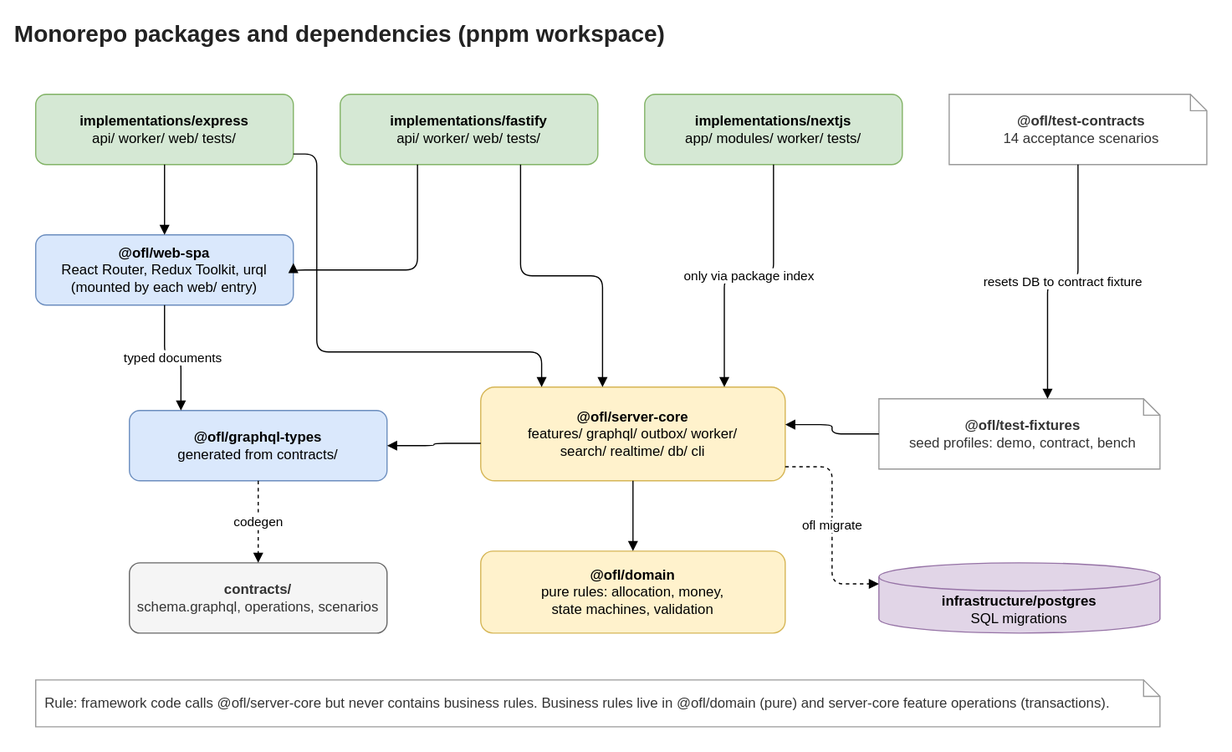
Before: architecture/diagrams/02-monorepo-packages.drawio.svg, a diagram exported from draw.io (mhshohel/backend_code_check). Source tidied: cells renumbered, new cells last; positions are measured from the earlier drawing's top-left corner, leaving out a move shared by most shapes.
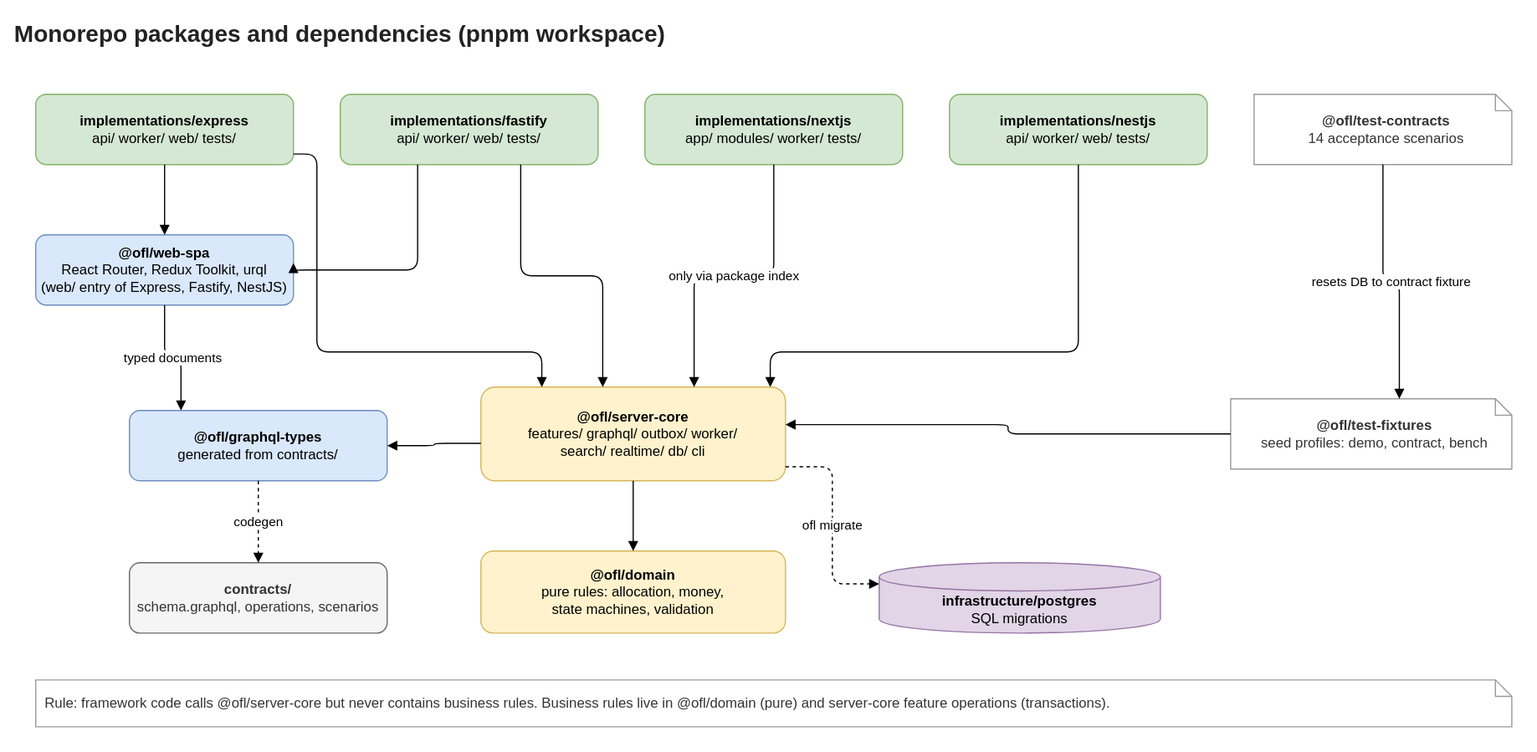
Above is the later version.

Diff of the diagram source:
```diff
@@ -14,78 +14,89 @@
     <mxCell id="5" value="&lt;b&gt;implementations/nextjs&lt;/b&gt;&lt;br&gt;app/ modules/ worker/ tests/" style="rounded=1;whiteSpace=wrap;html=1;fillColor=#d5e8d4;strokeColor=#82b366;" parent="1" vertex="1">
       <mxGeometry x="540" y="70" width="220" height="60" as="geometry" />
     </mxCell>
-    <mxCell id="6" value="&lt;b&gt;@ofl/web-spa&lt;/b&gt;&lt;br&gt;React Router, Redux Toolkit, urql&lt;br&gt;(mounted by each web/ entry)" style="rounded=1;whiteSpace=wrap;html=1;fillColor=#dae8fc;strokeColor=#6c8ebf;" parent="1" vertex="1">
+    <mxCell id="6" value="&lt;b&gt;@ofl/web-spa&lt;/b&gt;&lt;br&gt;React Router, Redux Toolkit, urql&lt;br&gt;(web/ entry of Express, Fastify, NestJS)" style="rounded=1;whiteSpace=wrap;html=1;fillColor=#dae8fc;strokeColor=#6c8ebf;" parent="1" vertex="1">
       <mxGeometry x="20" y="190" width="220" height="60" as="geometry" />
     </mxCell>
-    <mxCell id="7" value="&lt;b&gt;@ofl/test-contracts&lt;/b&gt;&lt;br&gt;14 acceptance scenarios" style="shape=note;whiteSpace=wrap;html=1;size=14;fillColor=#ffffff;strokeColor=#999999;fontColor=#333333;spacingLeft=6;" parent="1" vertex="1">
+    <mxCell id="7" value="&lt;b&gt;implementations/nestjs&lt;/b&gt;&lt;br&gt;api/ worker/ web/ tests/" style="rounded=1;whiteSpace=wrap;html=1;fillColor=#d5e8d4;strokeColor=#82b366;" parent="1" vertex="1">
       <mxGeometry x="800" y="70" width="220" height="60" as="geometry" />
     </mxCell>
-    <mxCell id="8" value="&lt;b&gt;@ofl/server-core&lt;/b&gt;&lt;br&gt;features/ graphql/ outbox/ worker/&lt;br&gt;search/ realtime/ db/ cli" style="rounded=1;whiteSpace=wrap;html=1;fillColor=#fff2cc;strokeColor=#d6b656;" parent="1" vertex="1">
-      <mxGeometry x="400" y="320" width="260" height="80" as="geometry" />
+    <mxCell id="8" value="&lt;b&gt;@ofl/test-contracts&lt;/b&gt;&lt;br&gt;14 acceptance scenarios" style="shape=note;whiteSpace=wrap;html=1;size=14;fillColor=#ffffff;strokeColor=#999999;fontColor=#333333;spacingLeft=6;" parent="1" vertex="1">
+      <mxGeometry x="1060" y="70" width="220" height="60" as="geometry" />
     </mxCell>
-    <mxCell id="9" value="&lt;b&gt;@ofl/graphql-types&lt;/b&gt;&lt;br&gt;generated from contracts/" style="rounded=1;whiteSpace=wrap;html=1;fillColor=#dae8fc;strokeColor=#6c8ebf;" parent="1" vertex="1">
-      <mxGeometry x="100" y="340" width="220" height="60" as="geometry" />
+    <mxCell id="9" value="&lt;b&gt;@ofl/server-core&lt;/b&gt;&lt;br&gt;features/ graphql/ outbox/ worker/&lt;br&gt;search/ realtime/ db/ cli" style="rounded=1;whiteSpace=wrap;html=1;fillColor=#fff2cc;strokeColor=#d6b656;" parent="1" vertex="1">
+      <mxGeometry x="400" y="320" width="260" height="80" as="geometry" />
     </mxCell>
-    <mxCell id="10" value="&lt;b&gt;@ofl/domain&lt;/b&gt;&lt;br&gt;pure rules: allocation, money,&lt;br&gt;state machines, validation" style="rounded=1;whiteSpace=wrap;html=1;fillColor=#fff2cc;strokeColor=#d6b656;" parent="1" vertex="1">
-      <mxGeometry x="400" y="460" width="260" height="70" as="geometry" />
+    <mxCell id="10" value="&lt;b&gt;@ofl/graphql-types&lt;/b&gt;&lt;br&gt;generated from contracts/" style="rounded=1;whiteSpace=wrap;html=1;fillColor=#dae8fc;strokeColor=#6c8ebf;" parent="1" vertex="1">
+      <mxGeometry x="100" y="340" width="220" height="60" as="geometry" />
     </mxCell>
-    <mxCell id="11" value="&lt;b&gt;@ofl/test-fixtures&lt;/b&gt;&lt;br&gt;seed profiles: demo, contract, bench" style="shape=note;whiteSpace=wrap;html=1;size=14;fillColor=#ffffff;strokeColor=#999999;fontColor=#333333;spacingLeft=6;" parent="1" vertex="1">
-      <mxGeometry x="740" y="330" width="240" height="60" as="geometry" />
+    <mxCell id="11" value="&lt;b&gt;@ofl/domain&lt;/b&gt;&lt;br&gt;pure rules: allocation, money,&lt;br&gt;state machines, validation" style="rounded=1;whiteSpace=wrap;html=1;fillColor=#fff2cc;strokeColor=#d6b656;" parent="1" vertex="1">
+      <mxGeometry x="400" y="460" width="260" height="70" as="geometry" />
     </mxCell>
-    <mxCell id="12" value="&lt;b&gt;contracts/&lt;/b&gt;&lt;br&gt;schema.graphql, operations, scenarios" style="rounded=1;whiteSpace=wrap;html=1;fillColor=#f5f5f5;strokeColor=#666666;fontColor=#333333;" parent="1" vertex="1">
-      <mxGeometry x="100" y="470" width="220" height="60" as="geometry" />
+    <mxCell id="12" value="&lt;b&gt;@ofl/test-fixtures&lt;/b&gt;&lt;br&gt;seed profiles: demo, contract, bench" style="shape=note;whiteSpace=wrap;html=1;size=14;fillColor=#ffffff;strokeColor=#999999;fontColor=#333333;spacingLeft=6;" parent="1" vertex="1">
+      <mxGeometry x="1040" y="330" width="240" height="60" as="geometry" />
     </mxCell>
-    <mxCell id="13" value="&lt;b&gt;infrastructure/postgres&lt;/b&gt;&lt;br&gt;SQL migrations" style="shape=cylinder3;whiteSpace=wrap;html=1;boundedLbl=1;backgroundOutline=1;size=12;fillColor=#e1d5e7;strokeColor=#9673a6;" parent="1" vertex="1">
-      <mxGeometry x="740" y="470" width="240" height="60" as="geometry" />
+    <mxCell id="13" value="&lt;b&gt;contracts/&lt;/b&gt;&lt;br&gt;schema.graphql, operations, scenarios" style="rounded=1;whiteSpace=wrap;html=1;fillColor=#f5f5f5;strokeColor=#666666;fontColor=#333333;" parent="1" vertex="1">
+      <mxGeometry x="100" y="470" width="220" height="60" as="geometry" />
     </mxCell>
-    <mxCell id="14" style="edgeStyle=orthogonalEdgeStyle;rounded=1;html=1;jettySize=auto;endArrow=block;endFill=1;fontSize=11;labelBackgroundColor=#ffffff;exitX=0.5;exitY=1;entryX=0.5;entryY=0;" parent="1" edge="1" source="3" target="6">
-      <mxGeometry relative="1" as="geometry" />
-    </mxCell>
+    <mxCell id="27" value="&lt;b&gt;infrastructure/postgres&lt;/b&gt;&lt;br&gt;SQL migrations" style="shape=cylinder3;whiteSpace=wrap;html=1;boundedLbl=1;backgroundOutline=1;size=12;fillColor=#e1d5e7;strokeColor=#9673a6;" parent="1" vertex="1">
+      <mxGeometry x="740" y="470" width="240" height="60" as="geometry" />
+    </mxCell>
-    <mxCell id="15" style="edgeStyle=orthogonalEdgeStyle;rounded=1;html=1;jettySize=auto;endArrow=block;endFill=1;fontSize=11;labelBackgroundColor=#ffffff;exitX=0.3;exitY=1;entryX=1;entryY=0.4;" parent="1" edge="1" source="4" target="6">
-      <mxGeometry relative="1" as="geometry">
-        <Array as="points">
-          <mxPoint x="346" y="220" />
-        </Array>
-      </mxGeometry>
+    <mxCell id="15" style="edgeStyle=orthogonalEdgeStyle;rounded=1;html=1;jettySize=auto;endArrow=block;endFill=1;fontSize=11;labelBackgroundColor=#ffffff;exitX=0.5;exitY=1;entryX=0.5;entryY=0;" parent="1" edge="1" source="3" target="6">
+      <mxGeometry relative="1" as="geometry" />
     </mxCell>
-    <mxCell id="16" style="edgeStyle=orthogonalEdgeStyle;rounded=1;html=1;jettySize=auto;endArrow=block;endFill=1;fontSize=11;labelBackgroundColor=#ffffff;exitX=1;exitY=0.85;entryX=0.2;entryY=0;" parent="1" edge="1" source="3" target="8">
+    <mxCell id="16" style="edgeStyle=orthogonalEdgeStyle;rounded=1;html=1;jettySize=auto;endArrow=block;endFill=1;fontSize=11;labelBackgroundColor=#ffffff;exitX=0.3;exitY=1;entryX=1;entryY=0.4;" parent="1" edge="1" source="4" target="6">
       <mxGeometry relative="1" as="geometry">
         <Array as="points">
-          <mxPoint x="260" y="121" />
-          <mxPoint x="260" y="290" />
-          <mxPoint x="452" y="290" />
+          <mxPoint x="346" y="220" />
         </Array>
       </mxGeometry>
     </mxCell>
-    <mxCell id="17" style="edgeStyle=orthogonalEdgeStyle;rounded=1;html=1;jettySize=auto;endArrow=block;endFill=1;fontSize=11;labelBackgroundColor=#ffffff;exitX=0.7;exitY=1;entryX=0.4;entryY=0;" parent="1" edge="1" source="4" target="8">
-      <mxGeometry relative="1" as="geometry" />
+    <mxCell id="17" style="edgeStyle=orthogonalEdgeStyle;rounded=1;html=1;jettySize=auto;endArrow=block;endFill=1;fontSize=11;labelBackgroundColor=#ffffff;exitX=1;exitY=0.85;entryX=0.2;entryY=0;" parent="1" edge="1" source="3" target="9">
+      <mxGeometry relative="1" as="geometry">
+        <Array as="points">
+          <mxPoint x="260" y="121" />
+          <mxPoint x="260" y="290" />
+          <mxPoint x="452" y="290" />
+        </Array>
+      </mxGeometry>
     </mxCell>
-    <mxCell id="18" value="only via package index" style="edgeStyle=orthogonalEdgeStyle;rounded=1;html=1;jettySize=auto;endArrow=block;endFill=1;fontSize=11;labelBackgroundColor=#ffffff;exitX=0.5;exitY=1;entryX=0.8;entryY=0;" parent="1" edge="1" source="5" target="8">
+    <mxCell id="18" style="edgeStyle=orthogonalEdgeStyle;rounded=1;html=1;jettySize=auto;endArrow=block;endFill=1;fontSize=11;labelBackgroundColor=#ffffff;exitX=0.7;exitY=1;entryX=0.4;entryY=0;" parent="1" edge="1" source="4" target="9">
       <mxGeometry relative="1" as="geometry" />
     </mxCell>
-    <mxCell id="19" value="typed documents" style="edgeStyle=orthogonalEdgeStyle;rounded=1;html=1;jettySize=auto;endArrow=block;endFill=1;fontSize=11;labelBackgroundColor=#ffffff;exitX=0.5;exitY=1;entryX=0.2;entryY=0;" parent="1" edge="1" source="6" target="9">
+    <mxCell id="19" value="only via package index" style="edgeStyle=orthogonalEdgeStyle;rounded=1;html=1;jettySize=auto;endArrow=block;endFill=1;fontSize=11;labelBackgroundColor=#ffffff;exitX=0.5;exitY=1;entryX=0.7;entryY=0;" parent="1" edge="1" source="5" target="9">
       <mxGeometry relative="1" as="geometry" />
     </mxCell>
-    <mxCell id="20" style="edgeStyle=orthogonalEdgeStyle;rounded=1;html=1;jettySize=auto;endArrow=block;endFill=1;fontSize=11;labelBackgroundColor=#ffffff;" parent="1" edge="1" source="8" target="10">
-      <mxGeometry relative="1" as="geometry" />
+    <mxCell id="20" style="edgeStyle=orthogonalEdgeStyle;rounded=1;html=1;jettySize=auto;endArrow=block;endFill=1;fontSize=11;labelBackgroundColor=#ffffff;exitX=0.5;exitY=1;entryX=0.95;entryY=0;" parent="1" edge="1" source="7" target="9">
+      <mxGeometry relative="1" as="geometry">
+        <Array as="points">
+          <mxPoint x="910" y="290" />
+          <mxPoint x="647" y="290" />
+        </Array>
+      </mxGeometry>
     </mxCell>
-    <mxCell id="21" style="edgeStyle=orthogonalEdgeStyle;rounded=1;html=1;jettySize=auto;endArrow=block;endFill=1;fontSize=11;labelBackgroundColor=#ffffff;exitX=0;exitY=0.6;entryX=1;entryY=0.5;" parent="1" edge="1" source="8" target="9">
+    <mxCell id="21" value="typed documents" style="edgeStyle=orthogonalEdgeStyle;rounded=1;html=1;jettySize=auto;endArrow=block;endFill=1;fontSize=11;labelBackgroundColor=#ffffff;exitX=0.5;exitY=1;entryX=0.2;entryY=0;" parent="1" edge="1" source="6" target="10">
       <mxGeometry relative="1" as="geometry" />
     </mxCell>
-    <mxCell id="22" value="codegen" style="edgeStyle=orthogonalEdgeStyle;rounded=1;html=1;jettySize=auto;endArrow=block;endFill=1;fontSize=11;labelBackgroundColor=#ffffff;dashed=1;" parent="1" edge="1" source="9" target="12">
+    <mxCell id="22" style="edgeStyle=orthogonalEdgeStyle;rounded=1;html=1;jettySize=auto;endArrow=block;endFill=1;fontSize=11;labelBackgroundColor=#ffffff;" parent="1" edge="1" source="9" target="11">
       <mxGeometry relative="1" as="geometry" />
     </mxCell>
-    <mxCell id="23" value="ofl migrate" style="edgeStyle=orthogonalEdgeStyle;rounded=1;html=1;jettySize=auto;endArrow=block;endFill=1;fontSize=11;labelBackgroundColor=#ffffff;dashed=1;exitX=1;exitY=0.85;entryX=0;entryY=0.3;" parent="1" edge="1" source="8" target="13">
+    <mxCell id="23" style="edgeStyle=orthogonalEdgeStyle;rounded=1;html=1;jettySize=auto;endArrow=block;endFill=1;fontSize=11;labelBackgroundColor=#ffffff;exitX=0;exitY=0.6;entryX=1;entryY=0.5;" parent="1" edge="1" source="9" target="10">
       <mxGeometry relative="1" as="geometry" />
     </mxCell>
-    <mxCell id="24" style="edgeStyle=orthogonalEdgeStyle;rounded=1;html=1;jettySize=auto;endArrow=block;endFill=1;fontSize=11;labelBackgroundColor=#ffffff;exitX=0;exitY=0.5;entryX=1;entryY=0.4;" parent="1" edge="1" source="11" target="8">
+    <mxCell id="24" value="codegen" style="edgeStyle=orthogonalEdgeStyle;rounded=1;html=1;jettySize=auto;endArrow=block;endFill=1;fontSize=11;labelBackgroundColor=#ffffff;dashed=1;" parent="1" edge="1" source="10" target="13">
       <mxGeometry relative="1" as="geometry" />
     </mxCell>
-    <mxCell id="25" value="resets DB to contract fixture" style="edgeStyle=orthogonalEdgeStyle;rounded=1;html=1;jettySize=auto;endArrow=block;endFill=1;fontSize=11;labelBackgroundColor=#ffffff;exitX=0.5;exitY=1;entryX=0.6;entryY=0;" parent="1" edge="1" source="7" target="11">
+    <mxCell id="25" value="ofl migrate" style="edgeStyle=orthogonalEdgeStyle;rounded=1;html=1;jettySize=auto;endArrow=block;endFill=1;fontSize=11;labelBackgroundColor=#ffffff;dashed=1;exitX=1;exitY=0.85;entryX=0;entryY=0.3;" parent="1" edge="1" source="9" target="27">
       <mxGeometry relative="1" as="geometry" />
     </mxCell>
+    <mxCell id="28" style="edgeStyle=orthogonalEdgeStyle;rounded=1;html=1;jettySize=auto;endArrow=block;endFill=1;fontSize=11;labelBackgroundColor=#ffffff;exitX=0;exitY=0.5;entryX=1;entryY=0.4;" parent="1" edge="1" source="12" target="9">
+      <mxGeometry relative="1" as="geometry" />
+    </mxCell>
+    <mxCell id="29" value="resets DB to contract fixture" style="edgeStyle=orthogonalEdgeStyle;rounded=1;html=1;jettySize=auto;endArrow=block;endFill=1;fontSize=11;labelBackgroundColor=#ffffff;exitX=0.5;exitY=1;entryX=0.6;entryY=0;" parent="1" edge="1" source="8" target="12">
+      <mxGeometry relative="1" as="geometry" />
+    </mxCell>
     <mxCell id="26" value="Rule: framework code calls @ofl/server-core but never contains business rules. Business rules live in @ofl/domain (pure) and server-core feature operations (transactions)." style="shape=note;whiteSpace=wrap;html=1;size=14;fillColor=#ffffff;strokeColor=#999999;fontColor=#333333;align=left;spacingLeft=6;" parent="1" vertex="1">
-      <mxGeometry x="20" y="570" width="960" height="40" as="geometry" />
+      <mxGeometry x="20" y="570" width="1260" height="40" as="geometry" />
     </mxCell>
   </root>
 </mxGraphModel>
```
